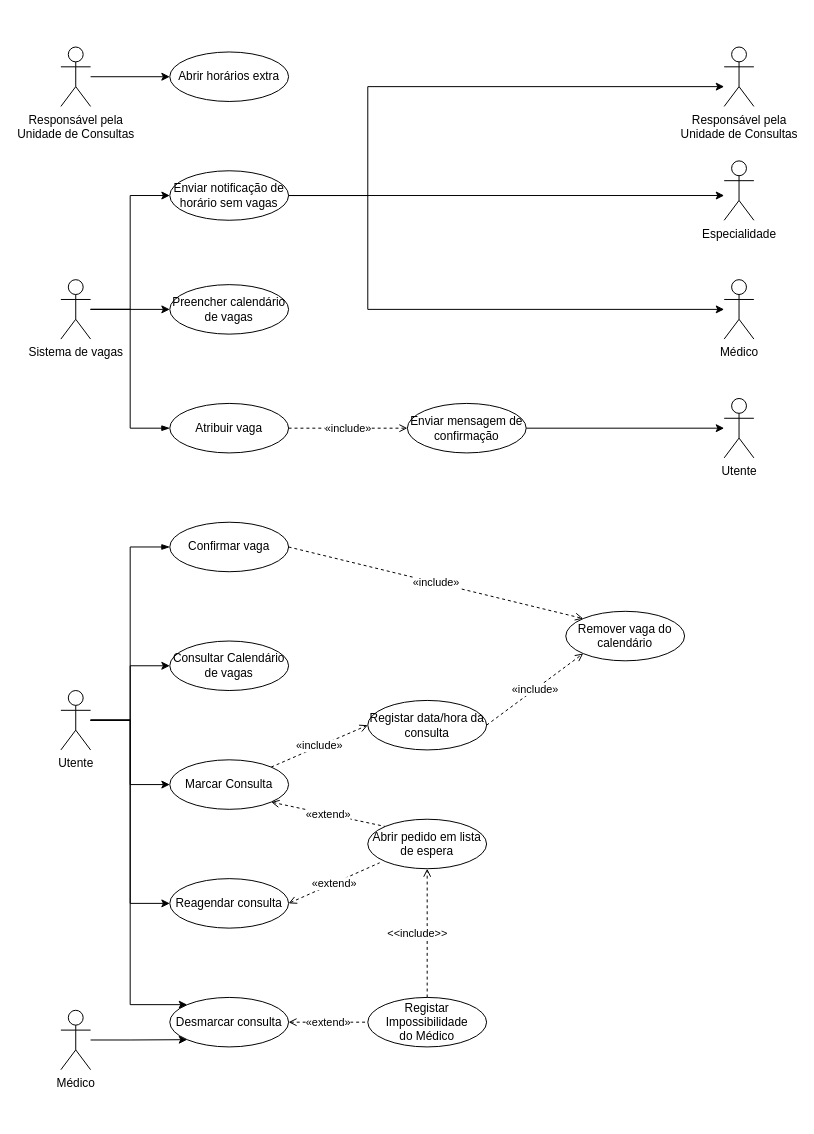
This is page "Gestão de Vagas" (4 of 5) of Diagrama Use Cases.drawio from carlan92/Hospital_Management_System, a draw.io file, before an edit. Source tidied: cells renumbered, new cells numbered last; positions are measured from the earlier drawing's top-left corner, leaving out a move shared by most shapes. Both pictures are drawn from the tidied source at 99%, with x=0, y=0 at pixel (60, 47).
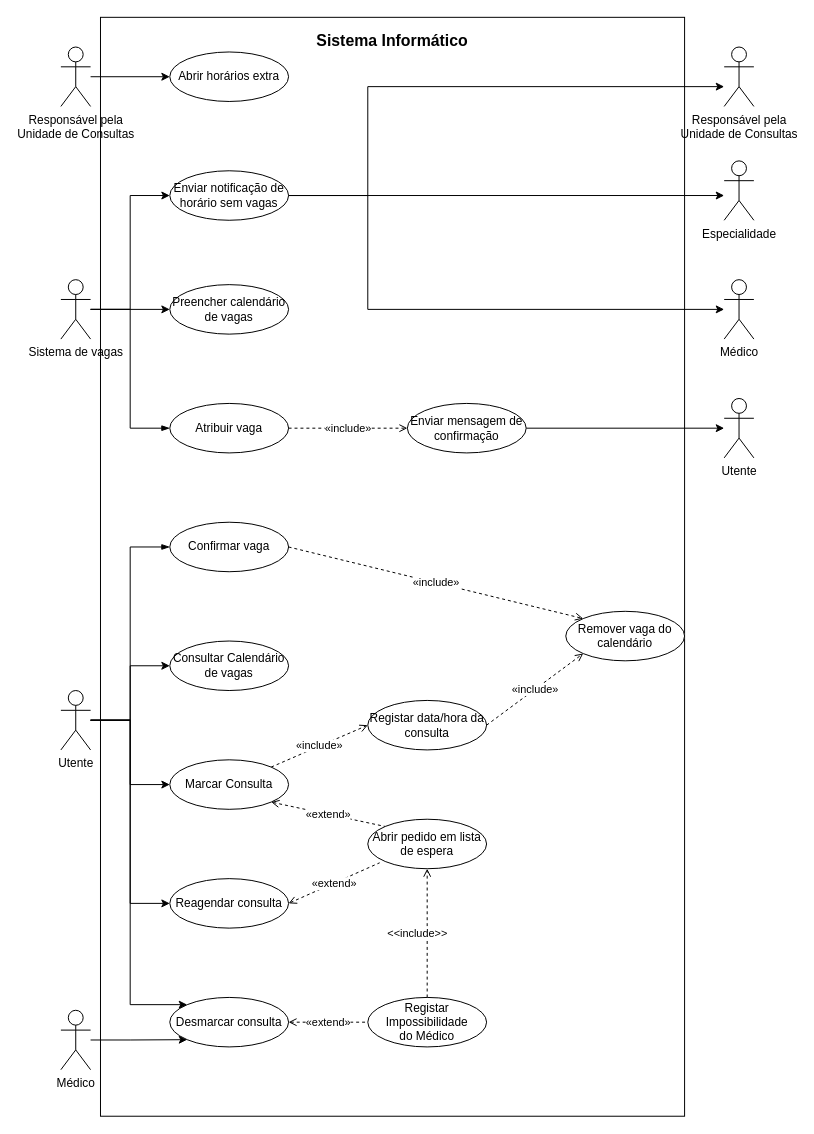
The same diagram, later.

What changed in the source:
```diff
@@
+    <mxCell id="46" style="group;" parent="1" vertex="1">
+      <mxGeometry x="40" y="-30" width="590" height="1110" as="geometry" />
+    </mxCell>
+    <mxCell id="47" style="rounded=0;whiteSpace=wrap;html=1;fillColor=none;" parent="46" vertex="1">
+      <mxGeometry width="590" height="1110" as="geometry" />
+    </mxCell>
+    <mxCell id="48" value="Sistema Informático" style="text;html=1;strokeColor=none;fillColor=none;align=center;verticalAlign=middle;whiteSpace=wrap;rounded=0;fontSize=16;fontStyle=1;" parent="46" vertex="1">
+      <mxGeometry width="590" height="46.2" as="geometry" />
+    </mxCell>
```
